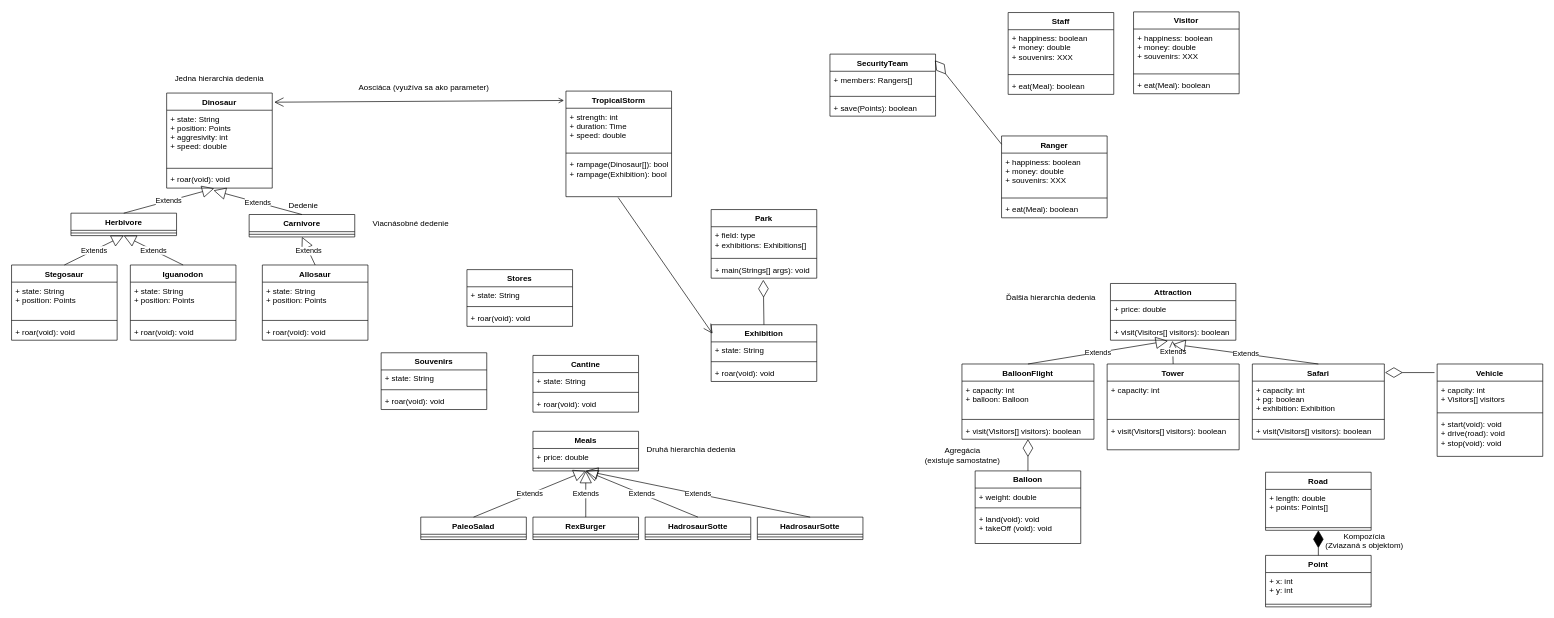
Above: docs/Jurrassi_park_classes.drawio in alexandervalach/zoop-jurassic-park (draw.io), before the change. Source tidied: cells renumbered, new cells numbered last; positions are measured from the earlier drawing's top-left corner, leaving out a move shared by most shapes. Both pictures are drawn from the tidied source at 66%, with x=0, y=0 at pixel (11, 11).
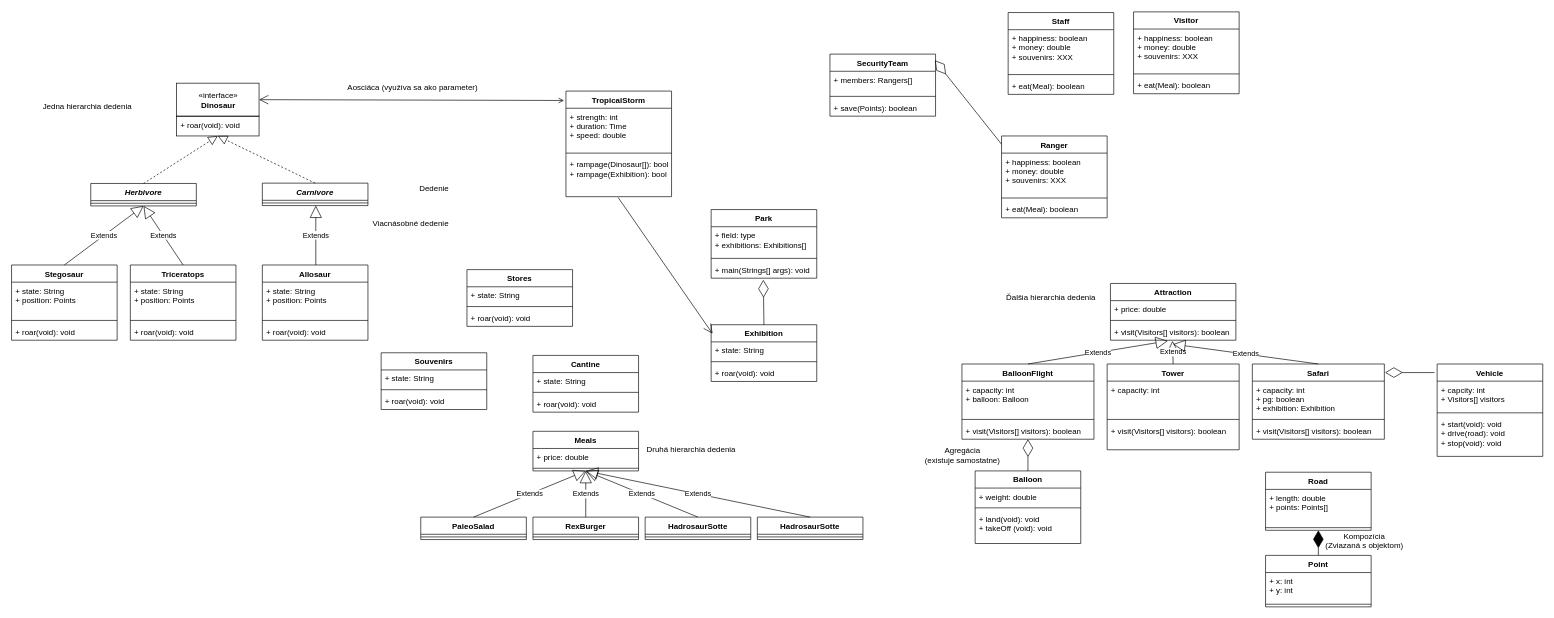
After the change.

Unchanged cells that the change refers to:
```xml
<mxCell id="101" value="TropicalStorm" style="swimlane;fontStyle=1;align=center;verticalAlign=top;horizontal=1;startSize=26;" parent="1" vertex="1">
  <mxGeometry x="840" y="120.5" width="160" height="160" as="geometry" />
</mxCell>
<mxCell id="114" value="Allosaur" style="swimlane;fontStyle=1;align=center;verticalAlign=top;horizontal=1;startSize=26;" parent="1" vertex="1">
  <mxGeometry x="380" y="384" width="160" height="114" as="geometry" />
</mxCell>
```

Change to the diagram source:
```diff
@@
-    <mxCell id="2" value="Dinosaur" style="swimlane;fontStyle=1;align=center;verticalAlign=top;horizontal=1;startSize=26;" parent="1" vertex="1">
-      <mxGeometry x="235" y="123.5" width="160" height="144" as="geometry" />
-    </mxCell>
-    <mxCell id="3" value="+ state: String&#10;+ position: Points&#10;+ aggresivity: int&#10;+ speed: double" style="text;strokeColor=none;fillColor=none;align=left;verticalAlign=top;spacingLeft=4;spacingRight=4;overflow=hidden;" parent="2" vertex="1">
-      <mxGeometry y="26" width="160" height="84" as="geometry" />
-    </mxCell>
-    <mxCell id="4" style="line;strokeWidth=1;fillColor=none;align=left;verticalAlign=middle;spacingTop=-1;spacingLeft=3;spacingRight=3;labelPosition=right;" parent="2" vertex="1">
-      <mxGeometry y="110" width="160" height="8" as="geometry" />
-    </mxCell>
-    <mxCell id="5" value="+ roar(void): void" style="text;strokeColor=none;fillColor=none;align=left;verticalAlign=top;spacingLeft=4;spacingRight=4;overflow=hidden;points=[[0,0.5],[1,0.5]];portConstraint=eastwest;" parent="2" vertex="1">
-      <mxGeometry y="118" width="160" height="26" as="geometry" />
-    </mxCell>
@@
-    <mxCell id="30" value="Herbivore" style="swimlane;fontStyle=1;align=center;verticalAlign=top;horizontal=1;startSize=26;" parent="1" vertex="1">
-      <mxGeometry x="90" y="305.5" width="160" height="34" as="geometry" />
+    <mxCell id="30" value="Herbivore" style="swimlane;fontStyle=3;align=center;verticalAlign=top;horizontal=1;startSize=26;" parent="1" vertex="1">
+      <mxGeometry x="120" y="260.5" width="160" height="34" as="geometry" />
     </mxCell>
@@
-    <mxCell id="32" value="Carnivore" style="swimlane;fontStyle=1;align=center;verticalAlign=top;horizontal=1;startSize=26;" parent="1" vertex="1">
-      <mxGeometry x="360" y="307.5" width="160" height="34" as="geometry" />
+    <mxCell id="32" value="Carnivore" style="swimlane;fontStyle=3;align=center;verticalAlign=top;horizontal=1;startSize=26;" parent="1" vertex="1">
+      <mxGeometry x="380" y="260" width="160" height="34" as="geometry" />
     </mxCell>
@@
-    <mxCell id="105" style="endArrow=open;endFill=1;endSize=12;html=1;entryX=1.019;entryY=0.096;entryDx=0;entryDy=0;entryPerimeter=0;exitX=-0.019;exitY=0.089;exitDx=0;exitDy=0;exitPerimeter=0;startArrow=open;startFill=0;" parent="1" edge="1" source="101" target="2">
+    <mxCell id="105" style="endArrow=open;endFill=1;endSize=12;html=1;entryX=1;entryY=0.5;entryDx=0;entryDy=0;exitX=-0.019;exitY=0.089;exitDx=0;exitDy=0;exitPerimeter=0;startArrow=open;startFill=0;" parent="1" edge="1" source="101" target="131">
       <mxGeometry relative="1" as="geometry" />
     </mxCell>
@@
-    <mxCell id="110" value="Iguanodon" style="swimlane;fontStyle=1;align=center;verticalAlign=top;horizontal=1;startSize=26;" parent="1" vertex="1">
+    <mxCell id="110" value="Triceratops" style="swimlane;fontStyle=1;align=center;verticalAlign=top;horizontal=1;startSize=26;" parent="1" vertex="1">
       <mxGeometry x="180" y="384" width="160" height="114" as="geometry" />
     </mxCell>
@@
-    <mxCell id="118" value="Extends" style="endArrow=block;endSize=16;endFill=0;html=1;exitX=0.5;exitY=0;exitDx=0;exitDy=0;entryX=0.45;entryY=1.019;entryDx=0;entryDy=0;entryPerimeter=0;" parent="1" edge="1" source="30" target="5">
-      <mxGeometry relative="1" as="geometry" />
-    </mxCell>
-    <mxCell id="119" value="Extends" style="endArrow=block;endSize=16;endFill=0;html=1;exitX=0.5;exitY=0;exitDx=0;exitDy=0;entryX=0.444;entryY=1.135;entryDx=0;entryDy=0;entryPerimeter=0;" parent="1" edge="1" source="32" target="5">
-      <mxGeometry relative="1" as="geometry" />
-    </mxCell>
@@
-    <mxCell id="122" value="Extends" style="endArrow=block;endSize=16;endFill=0;html=1;exitX=0.5;exitY=0;exitDx=0;exitDy=0;entryX=0.5;entryY=1;entryDx=0;entryDy=0;" parent="1" edge="1" source="114" target="32">
-      <mxGeometry relative="1" as="geometry" />
+    <mxCell id="122" value="Extends" style="endArrow=block;endSize=16;endFill=0;html=1;exitX=0.5;exitY=0;exitDx=0;exitDy=0;entryX=0.5;entryY=1;entryDx=0;entryDy=0;" parent="1" edge="1">
+      <mxGeometry relative="1" as="geometry">
+        <mxPoint x="461" y="384" as="sourcePoint" />
+        <mxPoint x="461" y="294" as="targetPoint" />
+      </mxGeometry>
     </mxCell>
     <mxCell id="123" value="Aosciáca (využíva sa ako parameter)" style="text;html=1;strokeColor=none;fillColor=none;align=center;verticalAlign=middle;whiteSpace=wrap;rounded=0;" parent="1" vertex="1">
-      <mxGeometry x="500" y="105.5" width="250" height="20" as="geometry" />
+      <mxGeometry x="482.5" y="105.5" width="250" height="20" as="geometry" />
     </mxCell>
@@
     <mxCell id="125" value="Dedenie" style="text;html=1;strokeColor=none;fillColor=none;align=center;verticalAlign=middle;whiteSpace=wrap;rounded=0;" parent="1" vertex="1">
-      <mxGeometry x="405" y="284" width="75" height="20" as="geometry" />
+      <mxGeometry x="602.5" y="257.5" width="75" height="20" as="geometry" />
     </mxCell>
     <mxCell id="126" value="Jedna hierarchia dedenia" style="text;html=1;strokeColor=none;fillColor=none;align=center;verticalAlign=middle;whiteSpace=wrap;rounded=0;" parent="1" vertex="1">
-      <mxGeometry x="240" y="91.5" width="150" height="20" as="geometry" />
+      <mxGeometry x="40" y="134" width="150" height="20" as="geometry" />
     </mxCell>
@@
+    <mxCell id="130" style="group;" parent="1" vertex="1">
+      <mxGeometry x="250" y="108.5" width="125" height="80" as="geometry" />
+    </mxCell>
+    <mxCell id="131" value="«interface»&lt;br&gt;&lt;b&gt;Dinosaur&lt;/b&gt;" style="html=1;" parent="130" vertex="1">
+      <mxGeometry width="125" height="50" as="geometry" />
+    </mxCell>
+    <mxCell id="5" value="+ roar(void): void" style="text;strokeColor=none;fillColor=none;align=left;verticalAlign=top;spacingLeft=4;spacingRight=4;overflow=hidden;points=[[0,0.5],[1,0.5]];portConstraint=eastwest;" parent="130" vertex="1">
+      <mxGeometry y="50" width="125" height="30" as="geometry" />
+    </mxCell>
+    <mxCell id="132" style="rounded=0;whiteSpace=wrap;html=1;fillColor=none;" parent="130" vertex="1">
+      <mxGeometry y="50" width="125" height="30" as="geometry" />
+    </mxCell>
+    <mxCell id="133" style="endArrow=block;dashed=1;endFill=0;endSize=12;html=1;exitX=0.5;exitY=0;exitDx=0;exitDy=0;entryX=0.5;entryY=1;entryDx=0;entryDy=0;" parent="1" edge="1" source="30" target="132">
+      <mxGeometry relative="1" as="geometry" />
+    </mxCell>
+    <mxCell id="134" style="endArrow=block;dashed=1;endFill=0;endSize=12;html=1;exitX=0.5;exitY=0;exitDx=0;exitDy=0;entryX=0.5;entryY=1;entryDx=0;entryDy=0;" parent="1" edge="1" source="32" target="132">
+      <mxGeometry relative="1" as="geometry" />
+    </mxCell>
```
